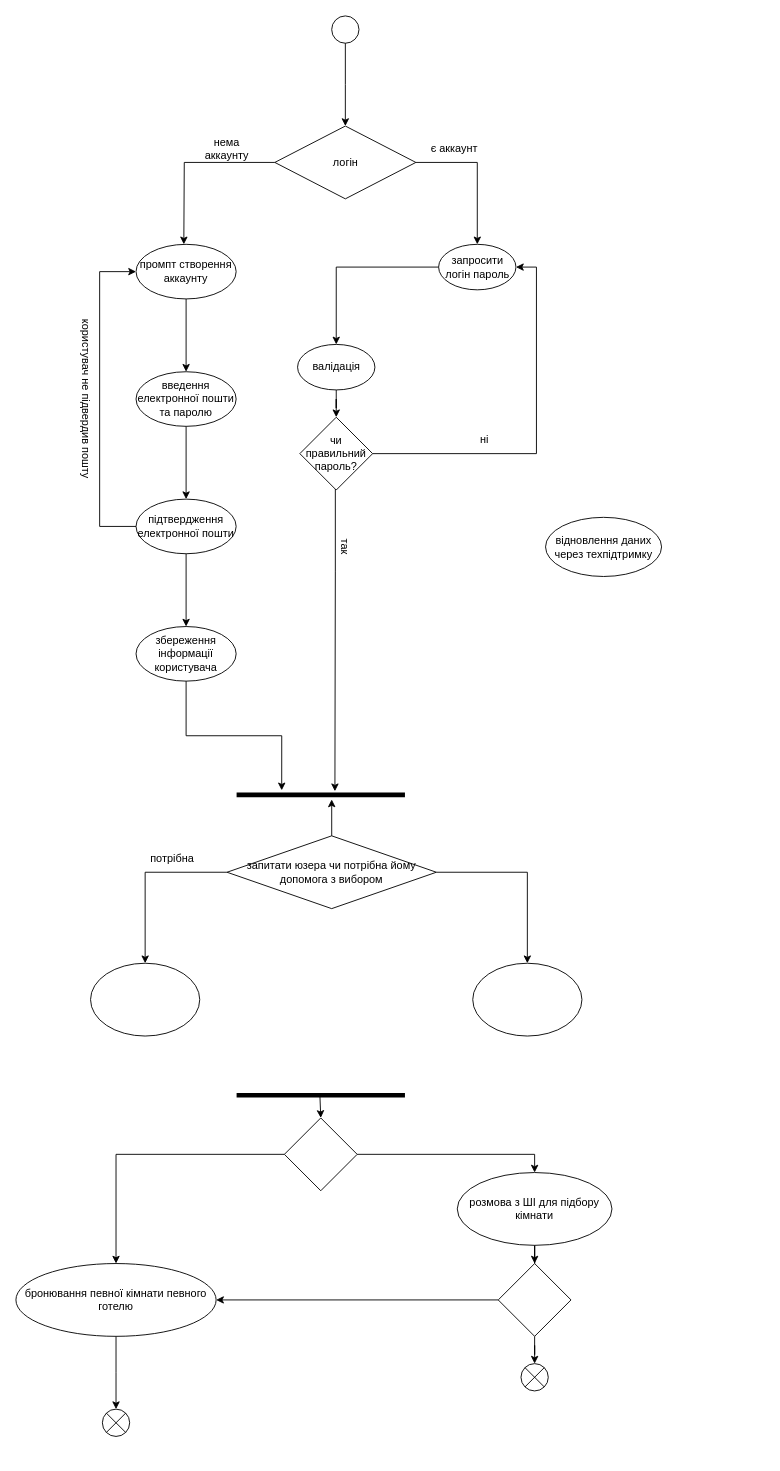
Before: activity diagram user.drawio in Maksym-Perehinets/TSPP, a draw.io diagram. Source tidied: cells renumbered, new cells numbered last; positions are measured from the earlier drawing's top-left corner, leaving out a move shared by most shapes. Both pictures are drawn from the tidied source at 91%, with x=0, y=0 at pixel (-1, 15).
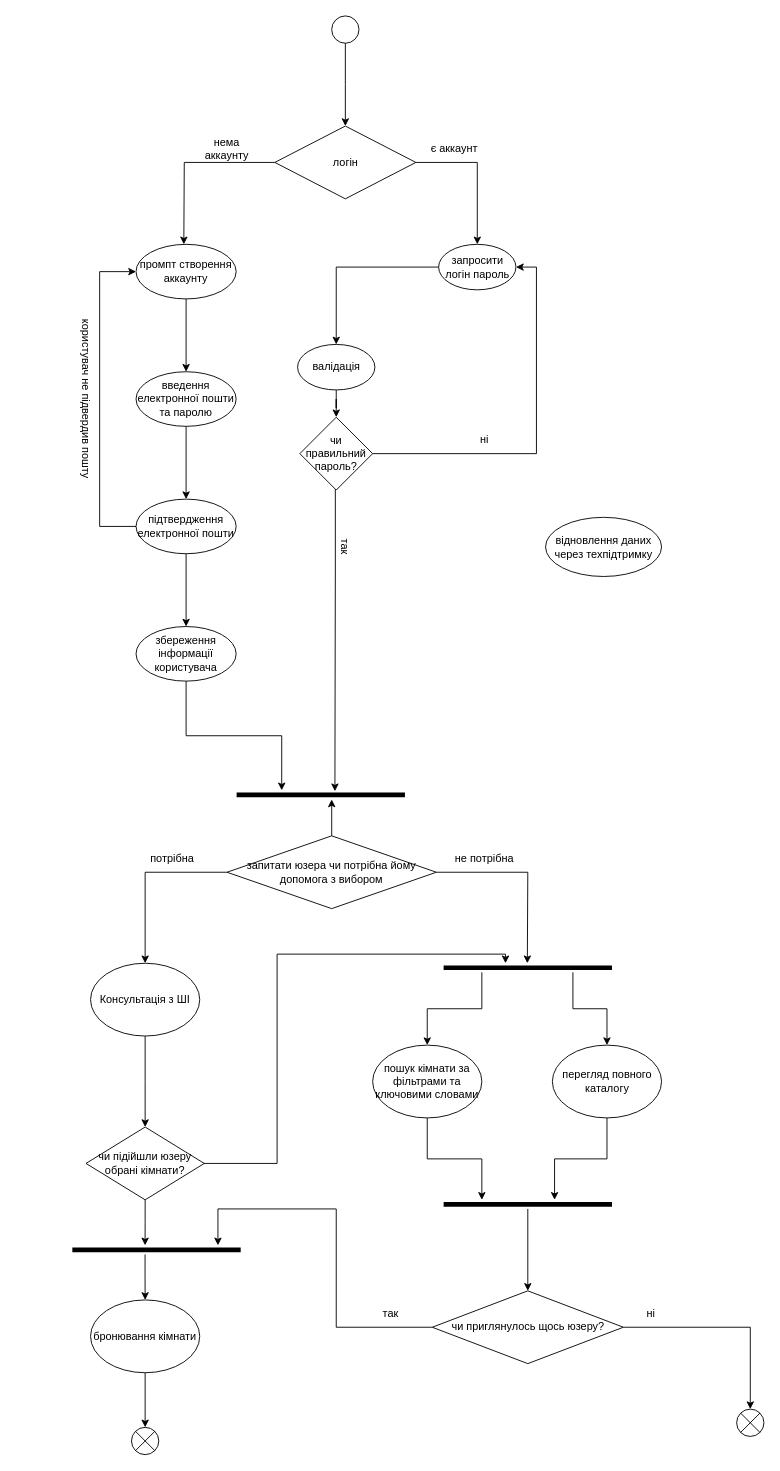
The same page after the edit.

The change refers to these unchanged cells:
```xml
<mxCell id="46" value="запитати юзера чи потрібна йому допомога з вибором " style="rhombus;whiteSpace=wrap;html=1;" parent="1" vertex="1">
  <mxGeometry x="250" y="901" width="230" height="80" as="geometry" />
</mxCell>
```

Change to the diagram source:
```diff
@@
-    <mxCell id="4" style="line;strokeWidth=5;dashed=0;labelPosition=right;align=left;verticalAlign=middle;spacingTop=0;spacingLeft=6;points=[];portConstraint=eastwest;" parent="1" vertex="1">
-      <mxGeometry x="260.5" y="1181" width="185" height="10" as="geometry" />
-    </mxCell>
-    <mxCell id="5" style="edgeStyle=orthogonalEdgeStyle;rounded=0;jettySize=auto;html=1;" parent="1" edge="1" source="6">
-      <mxGeometry relative="1" as="geometry">
-        <mxPoint x="128" y="1531" as="targetPoint" />
-      </mxGeometry>
-    </mxCell>
-    <mxCell id="6" value="бронювання певної кімнати певного готелю" style="ellipse;whiteSpace=wrap;html=1;" parent="1" vertex="1">
-      <mxGeometry x="18" y="1371" width="220" height="80" as="geometry" />
-    </mxCell>
-    <mxCell id="7" style="edgeStyle=orthogonalEdgeStyle;rounded=0;jettySize=auto;html=1;entryX=0.5;entryY=0;entryDx=0;entryDy=0;" parent="1" edge="1" source="9" target="6">
-      <mxGeometry relative="1" as="geometry" />
-    </mxCell>
-    <mxCell id="8" style="edgeStyle=orthogonalEdgeStyle;rounded=0;jettySize=auto;html=1;entryX=0.5;entryY=0;entryDx=0;entryDy=0;" parent="1" edge="1" source="9" target="11">
-      <mxGeometry relative="1" as="geometry" />
-    </mxCell>
-    <mxCell id="9" style="rhombus;whiteSpace=wrap;html=1;" parent="1" vertex="1">
-      <mxGeometry x="313" y="1211" width="80" height="80" as="geometry" />
-    </mxCell>
-    <mxCell id="10" style="edgeStyle=orthogonalEdgeStyle;rounded=0;jettySize=auto;html=1;" parent="1" edge="1" source="11" target="14">
-      <mxGeometry relative="1" as="geometry" />
-    </mxCell>
-    <mxCell id="11" value="розмова з ШІ для підбору кімнати" style="ellipse;whiteSpace=wrap;html=1;" parent="1" vertex="1">
-      <mxGeometry x="503" y="1271" width="170" height="80" as="geometry" />
-    </mxCell>
-    <mxCell id="12" style="edgeStyle=orthogonalEdgeStyle;rounded=0;jettySize=auto;html=1;entryX=1;entryY=0.5;entryDx=0;entryDy=0;" parent="1" edge="1" source="14" target="6">
-      <mxGeometry relative="1" as="geometry" />
-    </mxCell>
-    <mxCell id="13" style="edgeStyle=orthogonalEdgeStyle;rounded=0;jettySize=auto;html=1;" parent="1" edge="1" source="14" target="15">
-      <mxGeometry relative="1" as="geometry" />
-    </mxCell>
-    <mxCell id="14" style="rhombus;whiteSpace=wrap;html=1;" parent="1" vertex="1">
-      <mxGeometry x="548" y="1371" width="80" height="80" as="geometry" />
-    </mxCell>
-    <mxCell id="15" style="shape=sumEllipse;perimeter=ellipsePerimeter;html=1;backgroundOutline=1;" parent="1" vertex="1">
-      <mxGeometry x="573" y="1481" width="30" height="30" as="geometry" />
-    </mxCell>
-    <mxCell id="16" style="edgeStyle=orthogonalEdgeStyle;rounded=0;jettySize=auto;html=1;exitX=0.495;exitY=0.6;exitDx=0;exitDy=0;entryX=0.5;entryY=0;entryDx=0;entryDy=0;exitPerimeter=0;" parent="1" edge="1" source="4" target="9">
-      <mxGeometry relative="1" as="geometry" />
-    </mxCell>
@@
-    <mxCell id="21" style="shape=sumEllipse;perimeter=ellipsePerimeter;html=1;backgroundOutline=1;" parent="1" vertex="1">
-      <mxGeometry x="113" y="1531" width="30" height="30" as="geometry" />
-    </mxCell>
@@
-    <mxCell id="44" style="edgeStyle=orthogonalEdgeStyle;rounded=0;jettySize=auto;html=1;entryX=0.5;entryY=0;entryDx=0;entryDy=0;" parent="1" edge="1" source="46" target="48">
-      <mxGeometry relative="1" as="geometry" />
+    <mxCell id="44" style="edgeStyle=orthogonalEdgeStyle;rounded=0;jettySize=auto;html=1;entryX=0.5;entryY=0;entryDx=0;entryDy=0;" parent="1" edge="1" source="46">
+      <mxGeometry relative="1" as="geometry">
+        <mxPoint x="580" y="1041" as="targetPoint" />
+      </mxGeometry>
     </mxCell>
@@
-    <mxCell id="48" style="ellipse;whiteSpace=wrap;html=1;" parent="1" vertex="1">
-      <mxGeometry x="520" y="1041" width="120" height="80" as="geometry" />
-    </mxCell>
+    <mxCell id="51" style="edgeStyle=orthogonalEdgeStyle;rounded=0;jettySize=auto;html=1;" parent="1" edge="1" source="49">
+      <mxGeometry relative="1" as="geometry">
+        <mxPoint x="160" y="1221" as="targetPoint" />
+      </mxGeometry>
+    </mxCell>
-    <mxCell id="49" style="ellipse;whiteSpace=wrap;html=1;" parent="1" vertex="1">
+    <mxCell id="49" value="Консультація з ШІ" style="ellipse;whiteSpace=wrap;html=1;" parent="1" vertex="1">
       <mxGeometry x="100" y="1041" width="120" height="80" as="geometry" />
     </mxCell>
@@
+    <mxCell id="52" value="не потрібна" style="text;html=1;align=center;verticalAlign=middle;whiteSpace=wrap;rounded=0;" parent="1" vertex="1">
+      <mxGeometry x="493" y="911" width="80" height="30" as="geometry" />
+    </mxCell>
+    <mxCell id="53" style="line;strokeWidth=5;dashed=0;labelPosition=right;align=left;verticalAlign=middle;spacingTop=0;spacingLeft=6;points=[];portConstraint=eastwest;" parent="1" vertex="1">
+      <mxGeometry x="488" y="1041" width="185" height="10" as="geometry" />
+    </mxCell>
+    <mxCell id="54" value="пошук кімнати за фільтрами та ключовими словами" style="ellipse;whiteSpace=wrap;html=1;" parent="1" vertex="1">
+      <mxGeometry x="410" y="1131" width="120" height="80" as="geometry" />
+    </mxCell>
+    <mxCell id="55" value="перегляд повного каталогу" style="ellipse;whiteSpace=wrap;html=1;" parent="1" vertex="1">
+      <mxGeometry x="607.5" y="1131" width="120" height="80" as="geometry" />
+    </mxCell>
+    <mxCell id="56" style="edgeStyle=orthogonalEdgeStyle;rounded=0;jettySize=auto;html=1;exitX=0.768;exitY=1;exitDx=0;exitDy=0;exitPerimeter=0;" parent="1" edge="1" source="53" target="55">
+      <mxGeometry relative="1" as="geometry" />
+    </mxCell>
+    <mxCell id="57" style="edgeStyle=orthogonalEdgeStyle;rounded=0;jettySize=auto;html=1;exitX=0.227;exitY=1;exitDx=0;exitDy=0;exitPerimeter=0;" parent="1" edge="1" source="53" target="54">
+      <mxGeometry relative="1" as="geometry" />
+    </mxCell>
+    <mxCell id="58" style="edgeStyle=orthogonalEdgeStyle;rounded=0;orthogonalLoop=1;jettySize=auto;html=1;" parent="1" edge="1">
+      <mxGeometry relative="1" as="geometry">
+        <mxPoint x="200" y="1261" as="sourcePoint" />
+        <mxPoint x="556" y="1041" as="targetPoint" />
+        <Array as="points">
+          <mxPoint x="305" y="1261" />
+          <mxPoint x="305" y="1031" />
+          <mxPoint x="556" y="1031" />
+        </Array>
+      </mxGeometry>
+    </mxCell>
+    <mxCell id="59" value="чи підійшли юзеру обрані кімнати?" style="rhombus;whiteSpace=wrap;html=1;" parent="1" vertex="1">
+      <mxGeometry x="95" y="1221" width="130" height="80" as="geometry" />
+    </mxCell>
+    <mxCell id="60" style="edgeStyle=orthogonalEdgeStyle;rounded=0;jettySize=auto;html=1;" parent="1" edge="1" source="61">
+      <mxGeometry relative="1" as="geometry">
+        <mxPoint x="160" y="1551" as="targetPoint" />
+      </mxGeometry>
+    </mxCell>
+    <mxCell id="61" value="бронювання кімнати" style="ellipse;whiteSpace=wrap;html=1;" parent="1" vertex="1">
+      <mxGeometry x="100" y="1411" width="120" height="80" as="geometry" />
+    </mxCell>
+    <mxCell id="62" style="shape=sumEllipse;perimeter=ellipsePerimeter;html=1;backgroundOutline=1;" parent="1" vertex="1">
+      <mxGeometry x="145" y="1551" width="30" height="30" as="geometry" />
+    </mxCell>
+    <mxCell id="63" style="line;strokeWidth=5;dashed=0;labelPosition=right;align=left;verticalAlign=middle;spacingTop=0;spacingLeft=6;points=[];portConstraint=eastwest;" parent="1" vertex="1">
+      <mxGeometry x="488" y="1301" width="185" height="10" as="geometry" />
+    </mxCell>
+    <mxCell id="64" style="edgeStyle=orthogonalEdgeStyle;rounded=0;jettySize=auto;html=1;entryX=0.227;entryY=0;entryDx=0;entryDy=0;entryPerimeter=0;" parent="1" edge="1" source="54" target="63">
+      <mxGeometry relative="1" as="geometry" />
+    </mxCell>
+    <mxCell id="65" style="edgeStyle=orthogonalEdgeStyle;rounded=0;jettySize=auto;html=1;entryX=0.659;entryY=0;entryDx=0;entryDy=0;entryPerimeter=0;" parent="1" edge="1" source="55" target="63">
+      <mxGeometry relative="1" as="geometry" />
+    </mxCell>
+    <mxCell id="66" style="edgeStyle=orthogonalEdgeStyle;rounded=0;jettySize=auto;html=1;entryX=0.5;entryY=0;entryDx=0;entryDy=0;" parent="1" edge="1" source="68" target="70">
+      <mxGeometry relative="1" as="geometry" />
+    </mxCell>
+    <mxCell id="67" style="edgeStyle=orthogonalEdgeStyle;rounded=0;jettySize=auto;html=1;exitX=0;exitY=0.5;exitDx=0;exitDy=0;" parent="1" edge="1" source="68" target="73">
+      <mxGeometry relative="1" as="geometry">
+        <Array as="points">
+          <mxPoint x="370" y="1441" />
+          <mxPoint x="370" y="1311" />
+          <mxPoint x="240" y="1311" />
+        </Array>
+      </mxGeometry>
+    </mxCell>
+    <mxCell id="68" value="чи приглянулось щось юзеру?" style="rhombus;whiteSpace=wrap;html=1;" parent="1" vertex="1">
+      <mxGeometry x="475.5" y="1401" width="210" height="80" as="geometry" />
+    </mxCell>
+    <mxCell id="69" style="edgeStyle=orthogonalEdgeStyle;rounded=0;jettySize=auto;html=1;exitX=0.5;exitY=1;exitDx=0;exitDy=0;exitPerimeter=0;" parent="1" edge="1" source="63" target="68">
+      <mxGeometry relative="1" as="geometry" />
+    </mxCell>
+    <mxCell id="70" style="shape=sumEllipse;perimeter=ellipsePerimeter;html=1;backgroundOutline=1;" parent="1" vertex="1">
+      <mxGeometry x="810" y="1531" width="30" height="30" as="geometry" />
+    </mxCell>
+    <mxCell id="71" value="ні" style="text;html=1;align=center;verticalAlign=middle;whiteSpace=wrap;rounded=0;" parent="1" vertex="1">
+      <mxGeometry x="685.5" y="1411" width="60" height="30" as="geometry" />
+    </mxCell>
+    <mxCell id="72" value="так" style="text;html=1;align=center;verticalAlign=middle;whiteSpace=wrap;rounded=0;" parent="1" vertex="1">
+      <mxGeometry x="400" y="1411" width="60" height="30" as="geometry" />
+    </mxCell>
+    <mxCell id="73" style="line;strokeWidth=5;dashed=0;labelPosition=right;align=left;verticalAlign=middle;spacingTop=0;spacingLeft=6;points=[];portConstraint=eastwest;" parent="1" vertex="1">
+      <mxGeometry x="80" y="1351" width="185" height="10" as="geometry" />
+    </mxCell>
+    <mxCell id="74" style="edgeStyle=orthogonalEdgeStyle;rounded=0;jettySize=auto;html=1;entryX=0.432;entryY=0;entryDx=0;entryDy=0;entryPerimeter=0;" parent="1" edge="1" source="59" target="73">
+      <mxGeometry relative="1" as="geometry" />
+    </mxCell>
+    <mxCell id="75" style="edgeStyle=orthogonalEdgeStyle;rounded=0;jettySize=auto;html=1;exitX=0.432;exitY=1;exitDx=0;exitDy=0;exitPerimeter=0;" parent="1" edge="1" source="73" target="61">
+      <mxGeometry relative="1" as="geometry" />
+    </mxCell>
```
